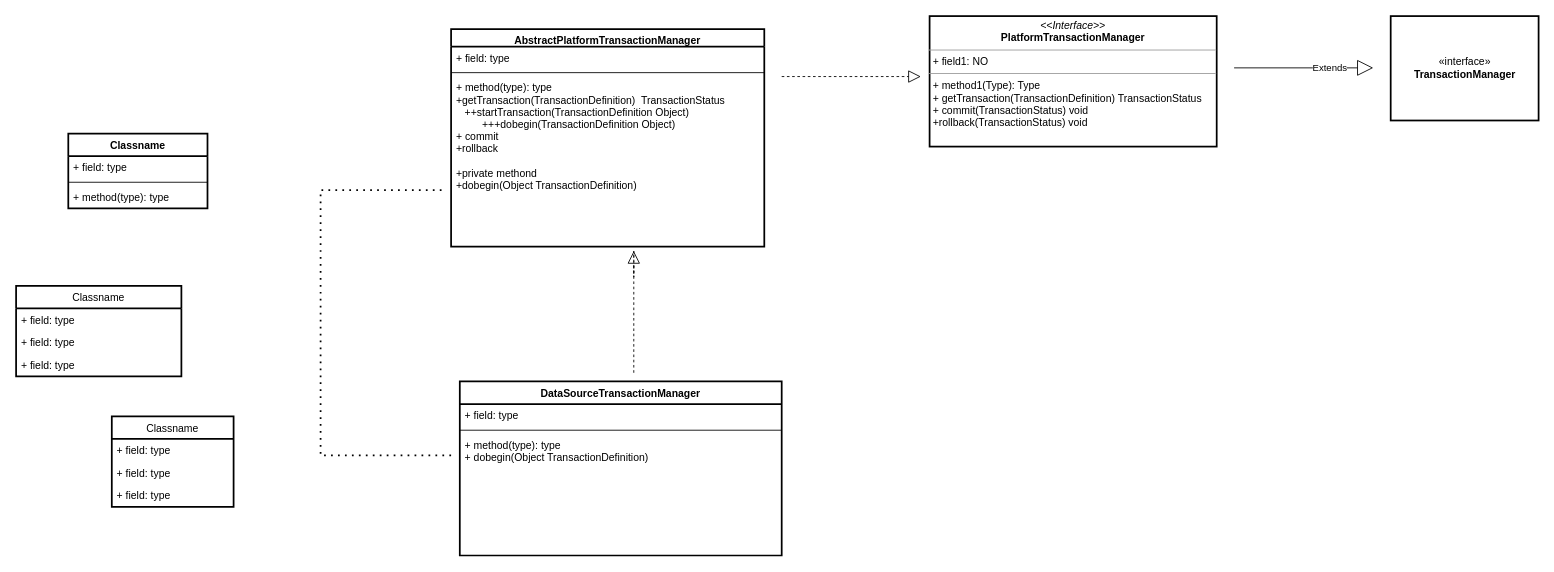
This is 未命名绘图.drawio from FocusZhouGD/drawprogram, a draw.io file, before an edit. Source tidied: cells renumbered, new cells numbered last; positions are measured from the earlier drawing's top-left corner, leaving out a move shared by most shapes. Both pictures are drawn from the tidied source at 87%, with x=0, y=0 at pixel (16, 16).
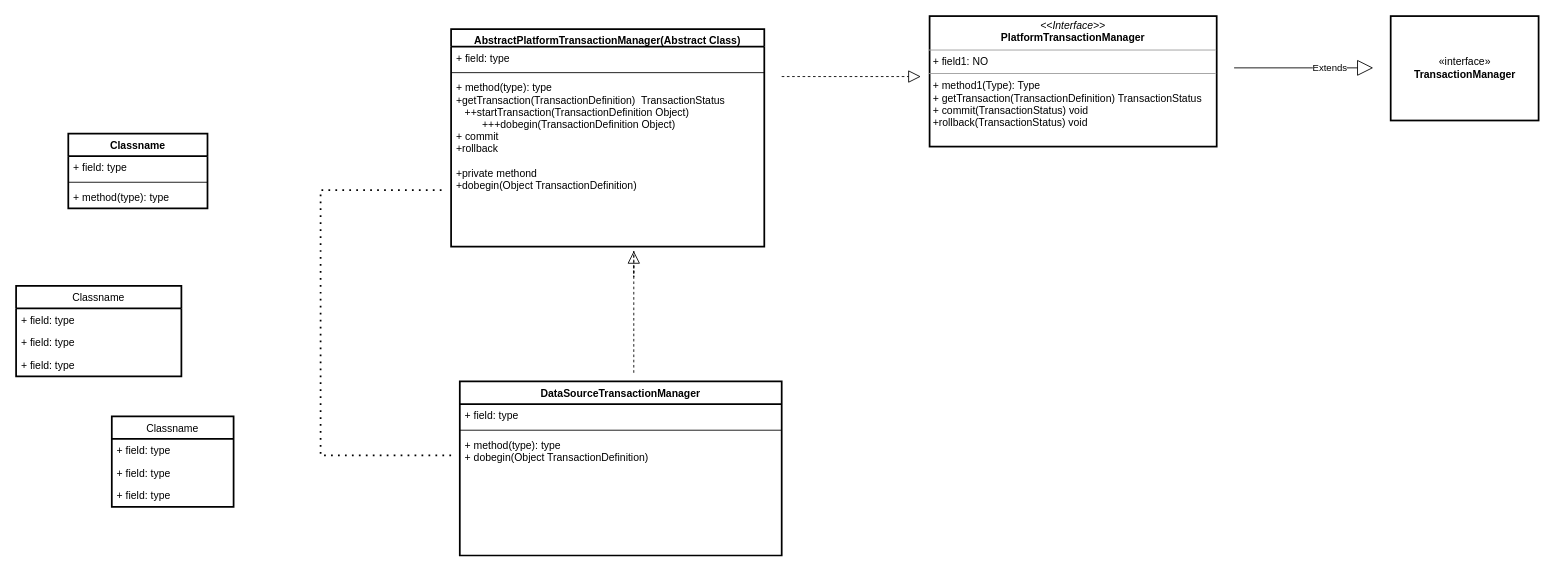
After the change.

Commit message:
更新未命名绘图.drawio

Diff of the diagram source:
```diff
@@
-    <mxCell id="17" value="AbstractPlatformTransactionManager" style="swimlane;fontStyle=1;align=center;verticalAlign=top;horizontal=1;startSize=20;fontColor=default;strokeColor=default;strokeWidth=2;fillColor=default;" parent="1" vertex="1">
+    <mxCell id="17" value="AbstractPlatformTransactionManager(Abstract Class)" style="swimlane;fontStyle=1;align=center;verticalAlign=top;horizontal=1;startSize=20;fontColor=default;strokeColor=default;strokeWidth=2;fillColor=default;" parent="1" vertex="1">
       <mxGeometry x="500" y="15" width="360" height="250" as="geometry" />
     </mxCell>
```
